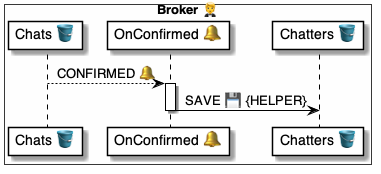
Before: 4 ⚙️ Solution/20 🧑‍🦰 UI/Brokers 🤵/🤵🪣 Broker tables/Invites 🤲 table/🪣🧱 3 Confirmed 🔔/🤵 OnInviteConfirmed ⚙️ uml.png, a diagram exported from PlantUML (pollyweb-org/pollyweb-docs). Its source is kept beside it as 4 ⚙️ Solution/20 🧑‍🦰 UI/Brokers 🤵/🤵🪣 Broker tables/Invites 🤲 table/🪣🧱 3 Confirmed 🔔/🤵 OnInviteConfirmed ⚙️ uml.puml.
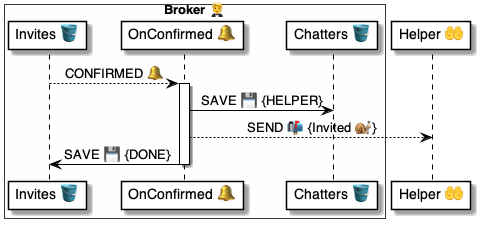
The same file after the commit.

Diff of the diagram source:
```diff
@@ -1,16 +1,20 @@
 @startuml OnInviteConfirmed
 
 box "Broker 🤵" #FFFFFA
-    participant "Chats 🪣" as chats
+    participant "Invites 🪣" as invites
     participant "OnConfirmed 🔔" as broker
     participant "Chatters 🪣" as invitee
 end box
+participant "Helper 🤲" as helper
 
 
-chats --> broker: CONFIRMED 🔔
+
+invites --> broker: CONFIRMED 🔔
 
 activate broker
     broker -> invitee: SAVE 💾 {HELPER}
+    broker --> helper: SEND 📬 {Invited 🐌}
+    broker -> invites: SAVE 💾 {DONE}
 deactivate broker
 
 @enduml
```
